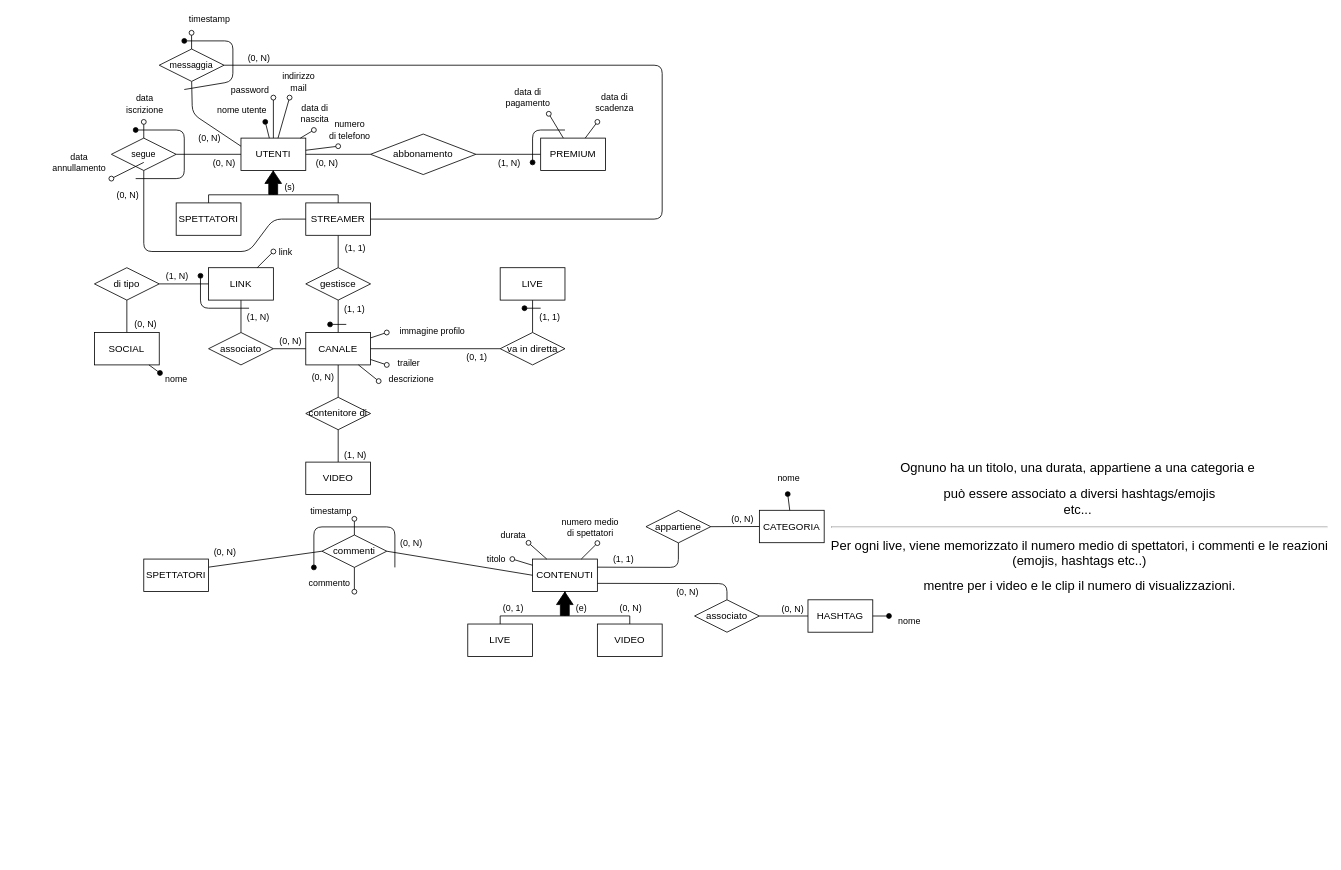
Before: Progetto Esame - DBSperimentazioni A.A. 2023-2024/Diagrammi/1.5 Schema E-R.drawio in Mattron2000/Basi_di_dati, a draw.io diagram. Source tidied: cells renumbered, new cells numbered last; positions are measured from the earlier drawing's top-left corner, leaving out a move shared by most shapes. Both pictures are drawn from the tidied source at 81%, with x=0, y=0 at pixel (94, 32).
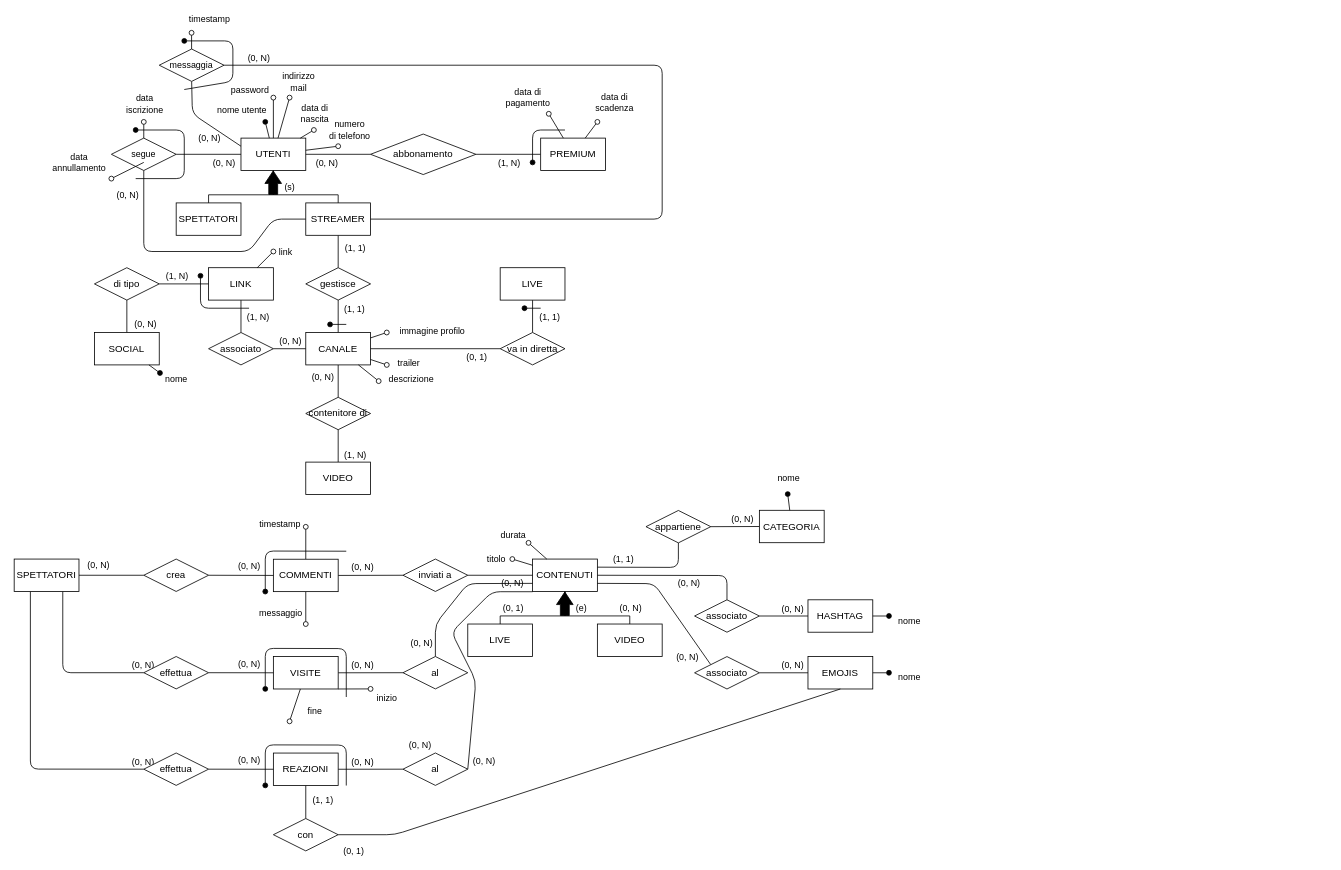
The same diagram, later.

Commit message:
Avanzamento nella creazione di contenuti, live e video parte 2

The change refers to these unchanged cells:
```xml
<mxCell id="90" value="CONTENUTI" style="rounded=0;whiteSpace=wrap;html=1;" parent="1" vertex="1">
  <mxGeometry x="541" y="649.7" width="80" height="40" as="geometry" />
</mxCell>
<mxCell id="115" value="associato" style="rhombus;whiteSpace=wrap;html=1;" parent="1" vertex="1">
  <mxGeometry x="741" y="700" width="80" height="40" as="geometry" />
</mxCell>
<mxCell id="124" style="edgeStyle=none;html=1;exitX=1;exitY=0.5;exitDx=0;exitDy=0;entryX=0;entryY=0.5;entryDx=0;entryDy=0;endArrow=none;endFill=0;" parent="1" edge="1" source="126" target="90">
  <mxGeometry relative="1" as="geometry" />
</mxCell>
```

The edit, as a diff of the source:
```diff
@@
-    <mxCell id="98" value="&lt;br/&gt;&#9;&#9;&lt;br/&gt;&#9;&lt;br/&gt;&#9;&lt;br/&gt;&#9;&#9;&lt;div title=&quot;Page 2&quot; class=&quot;page&quot;&gt;&lt;br/&gt;&#9;&#9;&#9;&lt;div class=&quot;layoutArea&quot;&gt;&lt;br/&gt;&#9;&#9;&#9;&#9;&lt;div class=&quot;column&quot;&gt;&lt;br/&gt;&#9;&#9;&#9;&#9;&#9;&lt;p&gt;&lt;span style=&quot;font-size: 12.000000pt; font-family: 'TimesNewRomanPSMT'&quot;&gt;Ognuno ha un titolo,&amp;nbsp;&lt;/span&gt;&lt;span style=&quot;background-color: initial; font-family: TimesNewRomanPSMT; font-size: 12pt;&quot;&gt;una durata, appartiene a una categoria e&amp;nbsp;&lt;/span&gt;&lt;/p&gt;&lt;p&gt;&lt;span style=&quot;background-color: initial; font-family: TimesNewRomanPSMT; font-size: 12pt;&quot;&gt;può essere associato a diversi hashtags/emojis&lt;br/&gt;etc...&amp;nbsp;&lt;/span&gt;&lt;/p&gt;&lt;hr&gt;&lt;p&gt;&lt;span style=&quot;background-color: initial; font-family: TimesNewRomanPSMT; font-size: 12pt;&quot;&gt;Per ogni live, viene memorizzato il numero medio di spettatori, i commenti e le reazioni&lt;br/&gt;(emojis, hashtags etc..)&lt;/span&gt;&lt;/p&gt;&lt;p&gt;&lt;span style=&quot;background-color: initial; font-family: TimesNewRomanPSMT; font-size: 12pt;&quot;&gt;&amp;nbsp;mentre per i video e le clip il numero di visualizzazioni.&amp;nbsp;&lt;/span&gt;&lt;/p&gt;&lt;/div&gt;&lt;/div&gt;&lt;/div&gt;" style="text;html=1;align=center;verticalAlign=middle;strokeColor=none;fillColor=none;" parent="1" vertex="1">
-      <mxGeometry x="921" y="409.7" width="590" height="300" as="geometry" />
-    </mxCell>
@@
-    <mxCell id="113" style="edgeStyle=none;html=1;exitX=0.5;exitY=0;exitDx=0;exitDy=0;entryX=1;entryY=0.75;entryDx=0;entryDy=0;endArrow=none;endFill=0;" parent="1" edge="1" source="115" target="90">
+    <mxCell id="113" style="edgeStyle=none;html=1;exitX=0.5;exitY=0;exitDx=0;exitDy=0;entryX=1;entryY=0.5;entryDx=0;entryDy=0;endArrow=none;endFill=0;" parent="1" edge="1" source="115" target="90">
       <mxGeometry relative="1" as="geometry">
         <Array as="points">
-          <mxPoint x="781" y="680" />
+          <mxPoint x="781" y="670" />
         </Array>
       </mxGeometry>
     </mxCell>
@@
-    <mxCell id="119" style="endArrow=oval;html=1;fillStyle=auto;strokeWidth=1;startSize=6;endSize=6;fillColor=#000000;startArrow=none;startFill=0;endFill=0;" parent="1" edge="1" source="90">
-      <mxGeometry relative="1" as="geometry">
-        <mxPoint x="621" y="630" as="targetPoint" />
-      </mxGeometry>
-    </mxCell>
-    <mxCell id="120" value="numero medio &lt;br&gt;di spettatori" style="edgeLabel;html=1;align=center;verticalAlign=middle;" parent="119" vertex="1">
-      <mxGeometry x="0.48" y="1" relative="1" as="geometry">
-        <mxPoint x="-4" y="-24" as="offset" />
-      </mxGeometry>
-    </mxCell>
-    <mxCell id="121" style="edgeStyle=none;html=1;exitX=1;exitY=0.25;exitDx=0;exitDy=0;entryX=0;entryY=0.5;entryDx=0;entryDy=0;endArrow=none;endFill=0;" parent="1" edge="1" source="123" target="126">
+    <mxCell id="121" style="edgeStyle=none;html=1;exitX=1;exitY=0.5;exitDx=0;exitDy=0;entryX=0;entryY=0.5;entryDx=0;entryDy=0;endArrow=none;endFill=0;" parent="1" edge="1" source="123" target="140">
       <mxGeometry relative="1" as="geometry" />
     </mxCell>
     <mxCell id="122" value="(0, N)" style="edgeLabel;html=1;align=center;verticalAlign=middle;" parent="121" vertex="1">
       <mxGeometry x="-0.54" relative="1" as="geometry">
-        <mxPoint x="-13" y="-15" as="offset" />
+        <mxPoint x="5" y="-13" as="offset" />
       </mxGeometry>
     </mxCell>
+    <mxCell id="132" style="edgeStyle=none;shape=connector;rounded=1;html=1;exitX=0.75;exitY=1;exitDx=0;exitDy=0;entryX=0;entryY=0.5;entryDx=0;entryDy=0;labelBackgroundColor=default;strokeColor=default;fontFamily=Helvetica;fontSize=11;fontColor=default;endArrow=none;endFill=0;" parent="1" edge="1" source="123" target="152">
+      <mxGeometry relative="1" as="geometry">
+        <Array as="points">
+          <mxPoint x="-39" y="790" />
+        </Array>
+      </mxGeometry>
+    </mxCell>
+    <mxCell id="133" value="(0, N)" style="edgeLabel;html=1;align=center;verticalAlign=middle;fontSize=11;fontFamily=Helvetica;fontColor=default;" parent="132" vertex="1">
+      <mxGeometry x="0.37" relative="1" as="geometry">
+        <mxPoint x="62" y="-10" as="offset" />
+      </mxGeometry>
+    </mxCell>
+    <mxCell id="134" style="edgeStyle=none;shape=connector;rounded=1;html=1;exitX=0.25;exitY=1;exitDx=0;exitDy=0;entryX=0;entryY=0.5;entryDx=0;entryDy=0;labelBackgroundColor=default;strokeColor=default;fontFamily=Helvetica;fontSize=11;fontColor=default;endArrow=none;endFill=0;" parent="1" edge="1" source="123" target="167">
+      <mxGeometry relative="1" as="geometry">
+        <Array as="points">
+          <mxPoint x="-79" y="909" />
+        </Array>
+      </mxGeometry>
+    </mxCell>
     <mxCell id="123" value="SPETTATORI" style="rounded=0;whiteSpace=wrap;html=1;" parent="1" vertex="1">
-      <mxGeometry x="61" y="649.7" width="80" height="40" as="geometry" />
+      <mxGeometry x="-99" y="649.7" width="80" height="40" as="geometry" />
     </mxCell>
@@
     <mxCell id="125" value="(0, N)" style="edgeLabel;html=1;align=center;verticalAlign=middle;" parent="124" vertex="1">
       <mxGeometry x="0.31" y="-3" relative="1" as="geometry">
-        <mxPoint x="-87" y="-33" as="offset" />
+        <mxPoint x="2" y="7" as="offset" />
       </mxGeometry>
     </mxCell>
+    <mxCell id="135" style="edgeStyle=none;html=1;exitX=0;exitY=0.5;exitDx=0;exitDy=0;entryX=1;entryY=0.5;entryDx=0;entryDy=0;endArrow=none;endFill=0;" parent="1" edge="1" source="126" target="137">
+      <mxGeometry relative="1" as="geometry" />
+    </mxCell>
+    <mxCell id="136" value="(0, N)" style="edgeLabel;html=1;align=center;verticalAlign=middle;fontSize=11;fontFamily=Helvetica;fontColor=default;" parent="135" vertex="1">
+      <mxGeometry x="-0.19" y="-4" relative="1" as="geometry">
+        <mxPoint x="-18" y="-6" as="offset" />
+      </mxGeometry>
+    </mxCell>
-    <mxCell id="126" value="commenti" style="rhombus;whiteSpace=wrap;html=1;" parent="1" vertex="1">
-      <mxGeometry x="281" y="620" width="80" height="40" as="geometry" />
+    <mxCell id="126" value="inviati a" style="rhombus;whiteSpace=wrap;html=1;" parent="1" vertex="1">
+      <mxGeometry x="381" y="649.7" width="80" height="40" as="geometry" />
     </mxCell>
-    <mxCell id="127" style="endArrow=oval;html=1;fillStyle=auto;strokeWidth=1;startSize=6;endSize=6;fillColor=#000000;startArrow=none;startFill=0;endFill=0;" parent="1" edge="1" source="126">
+    <mxCell id="127" style="endArrow=oval;html=1;fillStyle=auto;strokeWidth=1;startSize=6;endSize=6;fillColor=#000000;startArrow=none;startFill=0;endFill=0;exitX=0.5;exitY=1;exitDx=0;exitDy=0;" parent="1" edge="1" source="137">
       <mxGeometry relative="1" as="geometry">
-        <mxPoint x="321" y="690" as="targetPoint" />
+        <mxPoint x="261" y="729.9" as="targetPoint" />
       </mxGeometry>
     </mxCell>
-    <mxCell id="128" value="commento" style="edgeLabel;html=1;align=center;verticalAlign=middle;" parent="127" vertex="1">
+    <mxCell id="128" value="messaggio" style="edgeLabel;html=1;align=center;verticalAlign=middle;" parent="127" vertex="1">
       <mxGeometry x="0.48" y="1" relative="1" as="geometry">
         <mxPoint x="-33" y="-3" as="offset" />
       </mxGeometry>
     </mxCell>
-    <mxCell id="129" style="endArrow=oval;html=1;fillStyle=auto;strokeWidth=1;startSize=6;endSize=6;fillColor=#000000;startArrow=none;startFill=0;endFill=0;" parent="1" edge="1" source="126">
+    <mxCell id="129" style="endArrow=oval;html=1;fillStyle=auto;strokeWidth=1;startSize=6;endSize=6;fillColor=#000000;startArrow=none;startFill=0;endFill=0;exitX=0.5;exitY=0;exitDx=0;exitDy=0;" parent="1" edge="1" source="137">
       <mxGeometry relative="1" as="geometry">
-        <mxPoint x="321" y="600" as="targetPoint" />
+        <mxPoint x="261" y="609.9" as="targetPoint" />
       </mxGeometry>
     </mxCell>
     <mxCell id="130" value="timestamp" style="edgeLabel;html=1;align=center;verticalAlign=middle;" parent="129" vertex="1">
       <mxGeometry x="0.48" y="1" relative="1" as="geometry">
-        <mxPoint x="-29" y="-15" as="offset" />
+        <mxPoint x="-32" y="-13" as="offset" />
       </mxGeometry>
     </mxCell>
     <mxCell id="131" style="endArrow=oval;html=1;fillStyle=auto;strokeWidth=1;startSize=6;endSize=6;fillColor=#000000;startArrow=none;startFill=0;endFill=1;" parent="1" edge="1">
       <mxGeometry relative="1" as="geometry">
-        <mxPoint x="371" y="660" as="sourcePoint" />
-        <mxPoint x="271" y="660" as="targetPoint" />
+        <mxPoint x="311" y="640" as="sourcePoint" />
+        <mxPoint x="211" y="689.8" as="targetPoint" />
         <Array as="points">
-          <mxPoint x="371" y="610" />
-          <mxPoint x="271" y="610" />
+          <mxPoint x="211" y="639.8" />
         </Array>
       </mxGeometry>
     </mxCell>
+    <mxCell id="137" value="COMMENTI" style="rounded=0;whiteSpace=wrap;html=1;" parent="1" vertex="1">
+      <mxGeometry x="221" y="649.9" width="80" height="40" as="geometry" />
+    </mxCell>
+    <mxCell id="138" style="edgeStyle=none;html=1;exitX=1;exitY=0.5;exitDx=0;exitDy=0;entryX=0;entryY=0.5;entryDx=0;entryDy=0;endArrow=none;endFill=0;" parent="1" edge="1" source="140" target="137">
+      <mxGeometry relative="1" as="geometry" />
+    </mxCell>
+    <mxCell id="139" value="(0, N)" style="edgeLabel;html=1;align=center;verticalAlign=middle;fontSize=11;fontFamily=Helvetica;fontColor=default;" parent="138" vertex="1">
+      <mxGeometry x="-0.19" y="4" relative="1" as="geometry">
+        <mxPoint x="17" y="-8" as="offset" />
+      </mxGeometry>
+    </mxCell>
+    <mxCell id="140" value="crea" style="rhombus;whiteSpace=wrap;html=1;" parent="1" vertex="1">
+      <mxGeometry x="61" y="649.7" width="80" height="40" as="geometry" />
+    </mxCell>
+    <mxCell id="141" style="edgeStyle=none;html=1;exitX=0;exitY=0.5;exitDx=0;exitDy=0;entryX=1;entryY=0.5;entryDx=0;entryDy=0;endArrow=none;endFill=0;" parent="1" edge="1" source="145" target="149">
+      <mxGeometry relative="1" as="geometry" />
+    </mxCell>
+    <mxCell id="142" value="(0, N)" style="edgeLabel;html=1;align=center;verticalAlign=middle;fontSize=11;fontFamily=Helvetica;fontColor=default;" parent="141" vertex="1">
+      <mxGeometry x="-0.19" y="-4" relative="1" as="geometry">
+        <mxPoint x="-18" y="-6" as="offset" />
+      </mxGeometry>
+    </mxCell>
+    <mxCell id="143" style="edgeStyle=none;shape=connector;rounded=1;html=1;exitX=0.5;exitY=0;exitDx=0;exitDy=0;entryX=0;entryY=0.75;entryDx=0;entryDy=0;labelBackgroundColor=default;strokeColor=default;fontFamily=Helvetica;fontSize=11;fontColor=default;endArrow=none;endFill=0;" parent="1" edge="1" source="145" target="90">
+      <mxGeometry relative="1" as="geometry">
+        <Array as="points">
+          <mxPoint x="421" y="730" />
+          <mxPoint x="461" y="680" />
+        </Array>
+      </mxGeometry>
+    </mxCell>
+    <mxCell id="144" value="(0, N)" style="edgeLabel;html=1;align=center;verticalAlign=middle;fontSize=11;fontFamily=Helvetica;fontColor=default;" parent="143" vertex="1">
+      <mxGeometry x="-0.46" y="-2" relative="1" as="geometry">
+        <mxPoint x="-25" y="30" as="offset" />
+      </mxGeometry>
+    </mxCell>
+    <mxCell id="145" value="al" style="rhombus;whiteSpace=wrap;html=1;" parent="1" vertex="1">
+      <mxGeometry x="381" y="770" width="80" height="40" as="geometry" />
+    </mxCell>
+    <mxCell id="146" style="endArrow=oval;html=1;fillStyle=auto;strokeWidth=1;startSize=6;endSize=6;fillColor=#000000;startArrow=none;startFill=0;endFill=0;exitX=1;exitY=1;exitDx=0;exitDy=0;" parent="1" edge="1" source="149">
+      <mxGeometry relative="1" as="geometry">
+        <mxPoint x="341" y="810" as="targetPoint" />
+      </mxGeometry>
+    </mxCell>
+    <mxCell id="147" value="inizio" style="edgeLabel;html=1;align=center;verticalAlign=middle;" parent="146" vertex="1">
+      <mxGeometry x="0.48" y="1" relative="1" as="geometry">
+        <mxPoint x="30" y="11" as="offset" />
+      </mxGeometry>
+    </mxCell>
+    <mxCell id="148" style="endArrow=oval;html=1;fillStyle=auto;strokeWidth=1;startSize=6;endSize=6;fillColor=#000000;startArrow=none;startFill=0;endFill=1;" parent="1" edge="1">
+      <mxGeometry relative="1" as="geometry">
+        <mxPoint x="311" y="820" as="sourcePoint" />
+        <mxPoint x="211" y="810" as="targetPoint" />
+        <Array as="points">
+          <mxPoint x="311" y="760.2" />
+          <mxPoint x="211" y="760" />
+        </Array>
+      </mxGeometry>
+    </mxCell>
+    <mxCell id="149" value="VISITE" style="rounded=0;whiteSpace=wrap;html=1;" parent="1" vertex="1">
+      <mxGeometry x="221" y="770.1" width="80" height="40" as="geometry" />
+    </mxCell>
+    <mxCell id="150" style="edgeStyle=none;html=1;exitX=1;exitY=0.5;exitDx=0;exitDy=0;entryX=0;entryY=0.5;entryDx=0;entryDy=0;endArrow=none;endFill=0;" parent="1" edge="1" source="152" target="149">
+      <mxGeometry relative="1" as="geometry" />
+    </mxCell>
+    <mxCell id="151" value="(0, N)" style="edgeLabel;html=1;align=center;verticalAlign=middle;fontSize=11;fontFamily=Helvetica;fontColor=default;" parent="150" vertex="1">
+      <mxGeometry x="-0.19" y="4" relative="1" as="geometry">
+        <mxPoint x="17" y="-8" as="offset" />
+      </mxGeometry>
+    </mxCell>
+    <mxCell id="152" value="effettua" style="rhombus;whiteSpace=wrap;html=1;" parent="1" vertex="1">
+      <mxGeometry x="61" y="770" width="80" height="40" as="geometry" />
+    </mxCell>
+    <mxCell id="153" value="(0, N)" style="edgeLabel;html=1;align=center;verticalAlign=middle;fontSize=11;fontFamily=Helvetica;fontColor=default;" parent="1" vertex="1">
+      <mxGeometry x="59.4" y="899.1" as="geometry" />
+    </mxCell>
+    <mxCell id="154" style="edgeStyle=none;html=1;exitX=0;exitY=0.5;exitDx=0;exitDy=0;entryX=1;entryY=0.5;entryDx=0;entryDy=0;endArrow=none;endFill=0;" parent="1" edge="1" source="159" target="164">
+      <mxGeometry relative="1" as="geometry" />
+    </mxCell>
+    <mxCell id="155" value="(0, N)" style="edgeLabel;html=1;align=center;verticalAlign=middle;fontSize=11;fontFamily=Helvetica;fontColor=default;" parent="154" vertex="1">
+      <mxGeometry x="-0.19" y="-4" relative="1" as="geometry">
+        <mxPoint x="-18" y="-6" as="offset" />
+      </mxGeometry>
+    </mxCell>
+    <mxCell id="156" value="(0, N)" style="edgeLabel;html=1;align=center;verticalAlign=middle;fontSize=11;fontFamily=Helvetica;fontColor=default;" parent="1" vertex="1">
+      <mxGeometry x="401.4" y="879" as="geometry" />
+    </mxCell>
+    <mxCell id="157" style="edgeStyle=none;shape=connector;rounded=1;html=1;exitX=1;exitY=0.5;exitDx=0;exitDy=0;labelBackgroundColor=default;strokeColor=default;fontFamily=Helvetica;fontSize=11;fontColor=default;endArrow=none;endFill=0;" parent="1" edge="1" source="159">
+      <mxGeometry relative="1" as="geometry">
+        <mxPoint x="541" y="690" as="targetPoint" />
+        <Array as="points">
+          <mxPoint x="471" y="800" />
+          <mxPoint x="441" y="740" />
+          <mxPoint x="491" y="690" />
+        </Array>
+      </mxGeometry>
+    </mxCell>
+    <mxCell id="158" value="(0, N)" style="edgeLabel;html=1;align=center;verticalAlign=middle;fontSize=11;fontFamily=Helvetica;fontColor=default;" parent="157" vertex="1">
+      <mxGeometry x="-0.51" y="-2" relative="1" as="geometry">
+        <mxPoint x="11" y="62" as="offset" />
+      </mxGeometry>
+    </mxCell>
+    <mxCell id="159" value="al" style="rhombus;whiteSpace=wrap;html=1;" parent="1" vertex="1">
+      <mxGeometry x="381" y="889.1" width="80" height="40" as="geometry" />
+    </mxCell>
+    <mxCell id="160" style="endArrow=oval;html=1;fillStyle=auto;strokeWidth=1;startSize=6;endSize=6;fillColor=#000000;startArrow=none;startFill=0;endFill=1;" parent="1" edge="1">
+      <mxGeometry relative="1" as="geometry">
+        <mxPoint x="311" y="929.3" as="sourcePoint" />
+        <mxPoint x="211" y="929.1" as="targetPoint" />
+        <Array as="points">
+          <mxPoint x="311" y="879.3" />
+          <mxPoint x="211" y="879.1" />
+        </Array>
+      </mxGeometry>
+    </mxCell>
+    <mxCell id="161" style="edgeStyle=none;shape=connector;rounded=1;html=1;labelBackgroundColor=default;strokeColor=default;fontFamily=Helvetica;fontSize=11;fontColor=default;endArrow=none;endFill=0;" parent="1" edge="1" source="164" target="177">
+      <mxGeometry relative="1" as="geometry" />
+    </mxCell>
+    <mxCell id="162" style="edgeLabel;html=1;align=center;verticalAlign=middle;fontSize=11;fontFamily=Helvetica;fontColor=default;" parent="161" vertex="1">
+      <mxGeometry x="0.25" y="-1" relative="1" as="geometry" />
+    </mxCell>
+    <mxCell id="163" value="(1, 1)" style="edgeLabel;html=1;align=center;verticalAlign=middle;fontSize=11;fontFamily=Helvetica;fontColor=default;" parent="161" vertex="1">
+      <mxGeometry x="-0.15" y="2" relative="1" as="geometry">
+        <mxPoint x="18" as="offset" />
+      </mxGeometry>
+    </mxCell>
+    <mxCell id="164" value="REAZIONI" style="rounded=0;whiteSpace=wrap;html=1;" parent="1" vertex="1">
+      <mxGeometry x="221" y="889.2" width="80" height="40" as="geometry" />
+    </mxCell>
+    <mxCell id="165" style="edgeStyle=none;html=1;exitX=1;exitY=0.5;exitDx=0;exitDy=0;entryX=0;entryY=0.5;entryDx=0;entryDy=0;endArrow=none;endFill=0;" parent="1" edge="1" source="167" target="164">
+      <mxGeometry relative="1" as="geometry" />
+    </mxCell>
+    <mxCell id="166" value="(0, N)" style="edgeLabel;html=1;align=center;verticalAlign=middle;fontSize=11;fontFamily=Helvetica;fontColor=default;" parent="165" vertex="1">
+      <mxGeometry x="-0.19" y="4" relative="1" as="geometry">
+        <mxPoint x="17" y="-8" as="offset" />
+      </mxGeometry>
+    </mxCell>
+    <mxCell id="167" value="effettua" style="rhombus;whiteSpace=wrap;html=1;" parent="1" vertex="1">
+      <mxGeometry x="61" y="889.1" width="80" height="40" as="geometry" />
+    </mxCell>
+    <mxCell id="168" style="edgeStyle=none;shape=connector;rounded=1;fillStyle=auto;html=1;labelBackgroundColor=default;strokeColor=default;strokeWidth=1;fontFamily=Helvetica;fontSize=11;fontColor=default;endArrow=none;endFill=0;startSize=6;endSize=6;fillColor=#000000;exitX=1;exitY=0.5;exitDx=0;exitDy=0;entryX=0;entryY=0.5;entryDx=0;entryDy=0;" parent="1" edge="1" source="172" target="173">
+      <mxGeometry relative="1" as="geometry" />
+    </mxCell>
+    <mxCell id="169" value="(0, N)" style="edgeLabel;html=1;align=center;verticalAlign=middle;fontSize=11;fontFamily=Helvetica;fontColor=default;" parent="168" vertex="1">
+      <mxGeometry x="0.43" y="1" relative="1" as="geometry">
+        <mxPoint x="-3" y="-9" as="offset" />
+      </mxGeometry>
+    </mxCell>
+    <mxCell id="170" style="edgeStyle=none;shape=connector;rounded=1;html=1;exitX=0;exitY=0;exitDx=0;exitDy=0;entryX=1;entryY=0.75;entryDx=0;entryDy=0;labelBackgroundColor=default;strokeColor=default;fontFamily=Helvetica;fontSize=11;fontColor=default;endArrow=none;endFill=0;" parent="1" edge="1" source="172" target="90">
+      <mxGeometry relative="1" as="geometry">
+        <Array as="points">
+          <mxPoint x="691" y="680" />
+        </Array>
+      </mxGeometry>
+    </mxCell>
+    <mxCell id="171" value="(0, N)" style="edgeLabel;html=1;align=center;verticalAlign=middle;fontSize=11;fontFamily=Helvetica;fontColor=default;" parent="170" vertex="1">
+      <mxGeometry x="-0.5" y="-2" relative="1" as="geometry">
+        <mxPoint x="-4" y="31" as="offset" />
+      </mxGeometry>
+    </mxCell>
+    <mxCell id="172" value="associato" style="rhombus;whiteSpace=wrap;html=1;" parent="1" vertex="1">
+      <mxGeometry x="741" y="770.1" width="80" height="40" as="geometry" />
+    </mxCell>
+    <mxCell id="173" value="EMOJIS" style="rounded=0;whiteSpace=wrap;html=1;" parent="1" vertex="1">
+      <mxGeometry x="881" y="770.1" width="80" height="40" as="geometry" />
+    </mxCell>
+    <mxCell id="174" style="endArrow=oval;html=1;fillStyle=auto;strokeWidth=1;startSize=6;endSize=6;fillColor=#000000;startArrow=none;startFill=0;endFill=1;" parent="1" edge="1" source="173">
+      <mxGeometry relative="1" as="geometry">
+        <mxPoint x="981" y="790.1" as="targetPoint" />
+      </mxGeometry>
+    </mxCell>
+    <mxCell id="175" value="nome" style="edgeLabel;html=1;align=center;verticalAlign=middle;" parent="174" vertex="1">
+      <mxGeometry x="0.48" y="1" relative="1" as="geometry">
+        <mxPoint x="29" y="6" as="offset" />
+      </mxGeometry>
+    </mxCell>
+    <mxCell id="176" value="(0, 1)" style="edgeStyle=none;shape=connector;rounded=1;html=1;exitX=1;exitY=0.5;exitDx=0;exitDy=0;entryX=0.5;entryY=1;entryDx=0;entryDy=0;labelBackgroundColor=default;strokeColor=default;fontFamily=Helvetica;fontSize=11;fontColor=default;endArrow=none;endFill=0;" parent="1" edge="1" source="177" target="173">
+      <mxGeometry x="-0.94" y="-20" relative="1" as="geometry">
+        <Array as="points">
+          <mxPoint x="371" y="990" />
+        </Array>
+      </mxGeometry>
+    </mxCell>
+    <mxCell id="177" value="con" style="rhombus;whiteSpace=wrap;html=1;" parent="1" vertex="1">
+      <mxGeometry x="221" y="970" width="80" height="40" as="geometry" />
+    </mxCell>
+    <mxCell id="178" style="endArrow=oval;html=1;fillStyle=auto;strokeWidth=1;startSize=6;endSize=6;fillColor=#000000;startArrow=none;startFill=0;endFill=0;" parent="1" edge="1" source="149">
+      <mxGeometry relative="1" as="geometry">
+        <mxPoint x="241" y="850" as="targetPoint" />
+      </mxGeometry>
+    </mxCell>
+    <mxCell id="179" value="fine" style="edgeLabel;html=1;align=center;verticalAlign=middle;" parent="178" vertex="1">
+      <mxGeometry x="0.48" y="1" relative="1" as="geometry">
+        <mxPoint x="26" y="-2" as="offset" />
+      </mxGeometry>
+    </mxCell>
```
